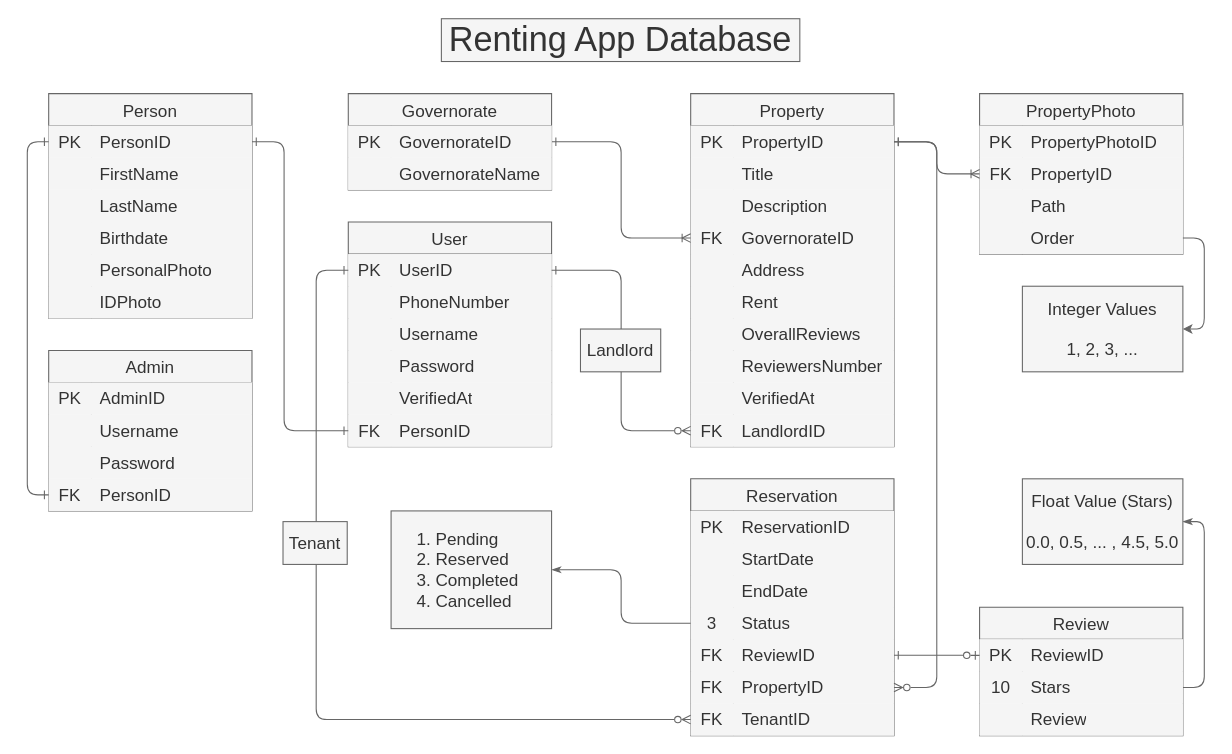
This is database/renting_app_database.drawio from KareemAlHamwi/Renting-App, a draw.io file, before an edit. Source tidied: cells renumbered, new cells numbered last; positions are measured from the earlier drawing's top-left corner, leaving out a move shared by most shapes. Both pictures are drawn from the tidied source at 107%, with x=0, y=0 at pixel (27, 18).
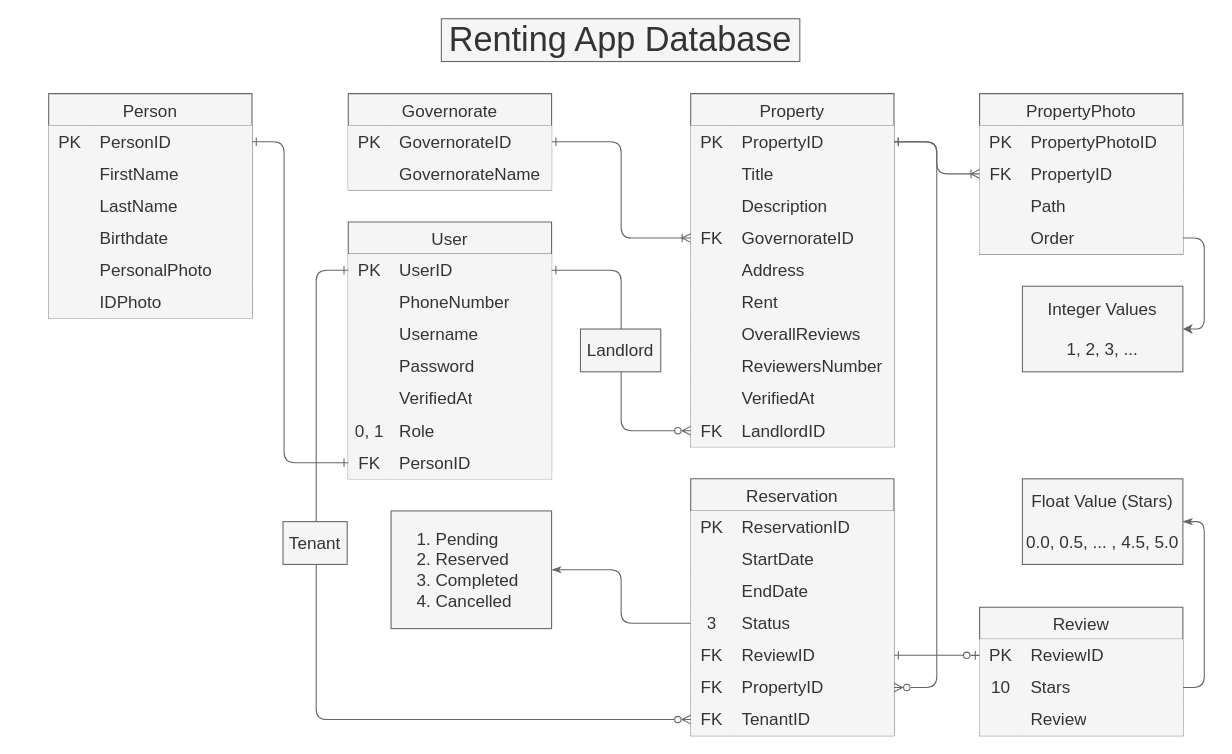
After the change.

Unchanged cells that the change refers to:
```xml
<mxCell id="3" style="shape=tableRow;horizontal=0;startSize=0;swimlaneHead=0;swimlaneBody=0;top=0;left=0;bottom=0;right=0;fillColor=#f5f5f5;points=[[0,0.5],[1,0.5]];portConstraint=eastwest;fontSize=16;shadow=0;strokeColor=#666666;fontColor=light-dark(#333333,#FFFFFF);" parent="2" vertex="1">
  <mxGeometry y="30" width="190" height="30" as="geometry" />
</mxCell>
```

Change to the diagram source:
```diff
@@
     <mxCell id="21" value="User" style="shape=table;startSize=30;childLayout=tableLayout;rowLines=0;fontStyle=0;fontSize=16;shadow=0;fillColor=#f5f5f5;strokeColor=#666666;fontColor=light-dark(#333333,#FFFFFF);" parent="1" vertex="1">
-      <mxGeometry x="300" y="190" width="190" height="210" as="geometry" />
+      <mxGeometry x="300" y="190" width="190" height="240" as="geometry" />
     </mxCell>
@@
+    <mxCell id="153" style="shape=tableRow;horizontal=0;startSize=0;swimlaneHead=0;swimlaneBody=0;top=0;left=0;bottom=0;right=0;fillColor=#f5f5f5;fontSize=16;shadow=0;strokeColor=#666666;fontColor=light-dark(#333333,#FFFFFF);" parent="21" vertex="1">
+      <mxGeometry y="180" width="190" height="30" as="geometry" />
+    </mxCell>
+    <mxCell id="154" value="0, 1" style="shape=partialRectangle;html=1;whiteSpace=wrap;fillColor=#f5f5f5;top=0;left=0;bottom=0;right=0;overflow=hidden;fontSize=16;shadow=0;strokeColor=#666666;fontColor=light-dark(#333333,#FFFFFF);" parent="153" vertex="1">
+      <mxGeometry width="40" height="30" as="geometry" />
+    </mxCell>
+    <mxCell id="155" value="Role" style="shape=partialRectangle;html=1;whiteSpace=wrap;fillColor=#f5f5f5;top=0;left=0;bottom=0;right=0;align=left;spacingLeft=6;overflow=hidden;fontSize=16;shadow=0;strokeColor=#666666;fontColor=light-dark(#333333,#FFFFFF);" parent="153" vertex="1">
+      <mxGeometry x="40" width="150" height="30" as="geometry" />
+    </mxCell>
     <mxCell id="37" style="shape=tableRow;horizontal=0;startSize=0;swimlaneHead=0;swimlaneBody=0;top=0;left=0;bottom=0;right=0;fillColor=#f5f5f5;points=[[0,0.5],[1,0.5]];portConstraint=eastwest;fontSize=16;shadow=0;strokeColor=#666666;fontColor=light-dark(#333333,#FFFFFF);" parent="21" vertex="1">
-      <mxGeometry y="180" width="190" height="30" as="geometry" />
+      <mxGeometry y="210" width="190" height="30" as="geometry" />
     </mxCell>
@@
     <mxCell id="93" style="edgeStyle=orthogonalEdgeStyle;html=1;exitX=1;exitY=0.5;exitDx=0;exitDy=0;entryX=0;entryY=0.5;entryDx=0;entryDy=0;startArrow=ERone;startFill=0;endArrow=ERone;endFill=0;fontSize=16;shadow=0;fillColor=#f5f5f5;fontColor=light-dark(#333333,#FFFFFF);strokeColor=#666666;" parent="1" edge="1" source="3" target="37">
       <mxGeometry relative="1" as="geometry">
         <Array as="points">
           <mxPoint x="240" y="115" />
-          <mxPoint x="240" y="385" />
+          <mxPoint x="240" y="415" />
         </Array>
       </mxGeometry>
     </mxCell>
@@
-    <mxCell id="109" value="Admin" style="shape=table;startSize=30;childLayout=tableLayout;rowLines=0;fontStyle=0;fontSize=16;shadow=0;fillColor=#f5f5f5;strokeColor=#666666;fontColor=light-dark(#333333,#FFFFFF);" parent="1" vertex="1">
-      <mxGeometry x="20" y="310" width="190" height="150" as="geometry" />
-    </mxCell>
-    <mxCell id="110" style="shape=tableRow;horizontal=0;startSize=0;swimlaneHead=0;swimlaneBody=0;top=0;left=0;bottom=0;right=0;fillColor=#f5f5f5;fontSize=16;shadow=0;strokeColor=#666666;fontColor=light-dark(#333333,#FFFFFF);" parent="109" vertex="1">
-      <mxGeometry y="30" width="190" height="30" as="geometry" />
-    </mxCell>
-    <mxCell id="111" value="PK" style="shape=partialRectangle;html=1;whiteSpace=wrap;fillColor=#f5f5f5;top=0;left=0;bottom=0;right=0;overflow=hidden;fontSize=16;shadow=0;strokeColor=#666666;fontColor=light-dark(#333333,#FFFFFF);" parent="110" vertex="1">
-      <mxGeometry width="40" height="30" as="geometry" />
-    </mxCell>
-    <mxCell id="112" value="AdminID" style="shape=partialRectangle;html=1;whiteSpace=wrap;fillColor=#f5f5f5;top=0;left=0;bottom=0;right=0;align=left;spacingLeft=6;overflow=hidden;fontSize=16;shadow=0;strokeColor=#666666;fontColor=light-dark(#333333,#FFFFFF);" parent="110" vertex="1">
-      <mxGeometry x="40" width="150" height="30" as="geometry" />
-    </mxCell>
-    <mxCell id="113" style="shape=tableRow;horizontal=0;startSize=0;swimlaneHead=0;swimlaneBody=0;top=0;left=0;bottom=0;right=0;fillColor=#f5f5f5;fontSize=16;shadow=0;strokeColor=#666666;fontColor=light-dark(#333333,#FFFFFF);" parent="109" vertex="1">
-      <mxGeometry y="60" width="190" height="30" as="geometry" />
-    </mxCell>
-    <mxCell id="114" style="shape=partialRectangle;html=1;whiteSpace=wrap;fillColor=#f5f5f5;top=0;left=0;bottom=0;right=0;overflow=hidden;fontSize=16;shadow=0;strokeColor=#666666;fontColor=light-dark(#333333,#FFFFFF);" parent="113" vertex="1">
-      <mxGeometry width="40" height="30" as="geometry" />
-    </mxCell>
-    <mxCell id="115" value="Username" style="shape=partialRectangle;html=1;whiteSpace=wrap;fillColor=#f5f5f5;top=0;left=0;bottom=0;right=0;align=left;spacingLeft=6;overflow=hidden;fontSize=16;shadow=0;strokeColor=#666666;fontColor=light-dark(#333333,#FFFFFF);" parent="113" vertex="1">
-      <mxGeometry x="40" width="150" height="30" as="geometry" />
-    </mxCell>
-    <mxCell id="116" style="shape=tableRow;horizontal=0;startSize=0;swimlaneHead=0;swimlaneBody=0;top=0;left=0;bottom=0;right=0;fillColor=#f5f5f5;fontSize=16;shadow=0;strokeColor=#666666;fontColor=light-dark(#333333,#FFFFFF);" parent="109" vertex="1">
-      <mxGeometry y="90" width="190" height="30" as="geometry" />
-    </mxCell>
-    <mxCell id="117" style="shape=partialRectangle;html=1;whiteSpace=wrap;fillColor=#f5f5f5;top=0;left=0;bottom=0;right=0;overflow=hidden;fontSize=16;shadow=0;strokeColor=#666666;fontColor=light-dark(#333333,#FFFFFF);" parent="116" vertex="1">
-      <mxGeometry width="40" height="30" as="geometry" />
-    </mxCell>
-    <mxCell id="118" value="Password" style="shape=partialRectangle;html=1;whiteSpace=wrap;fillColor=#f5f5f5;top=0;left=0;bottom=0;right=0;align=left;spacingLeft=6;overflow=hidden;fontSize=16;shadow=0;strokeColor=#666666;fontColor=light-dark(#333333,#FFFFFF);" parent="116" vertex="1">
-      <mxGeometry x="40" width="150" height="30" as="geometry" />
-    </mxCell>
-    <mxCell id="119" style="shape=tableRow;horizontal=0;startSize=0;swimlaneHead=0;swimlaneBody=0;top=0;left=0;bottom=0;right=0;fillColor=#f5f5f5;points=[[0,0.5],[1,0.5]];portConstraint=eastwest;fontSize=16;shadow=0;strokeColor=#666666;fontColor=light-dark(#333333,#FFFFFF);" parent="109" vertex="1">
-      <mxGeometry y="120" width="190" height="30" as="geometry" />
-    </mxCell>
-    <mxCell id="120" value="FK" style="shape=partialRectangle;html=1;whiteSpace=wrap;fillColor=#f5f5f5;top=0;left=0;bottom=0;right=0;overflow=hidden;fontSize=16;shadow=0;strokeColor=#666666;fontColor=light-dark(#333333,#FFFFFF);" parent="119" vertex="1">
-      <mxGeometry width="40" height="30" as="geometry" />
-    </mxCell>
-    <mxCell id="121" value="PersonID" style="shape=partialRectangle;html=1;whiteSpace=wrap;fillColor=#f5f5f5;top=0;left=0;bottom=0;right=0;align=left;spacingLeft=6;overflow=hidden;fontSize=16;shadow=0;strokeColor=#666666;fontColor=light-dark(#333333,#FFFFFF);" parent="119" vertex="1">
-      <mxGeometry x="40" width="150" height="30" as="geometry" />
-    </mxCell>
@@
-    <mxCell id="150" style="edgeStyle=orthogonalEdgeStyle;html=1;exitX=0;exitY=0.5;exitDx=0;exitDy=0;entryX=0;entryY=0.5;entryDx=0;entryDy=0;startArrow=ERone;startFill=0;endArrow=ERone;endFill=0;fillColor=#f5f5f5;fontColor=light-dark(#333333,#FFFFFF);strokeColor=#666666;" parent="1" edge="1" source="3" target="119">
-      <mxGeometry relative="1" as="geometry">
-        <Array as="points">
-          <mxPoint y="115" />
-          <mxPoint y="445" />
-        </Array>
-      </mxGeometry>
-    </mxCell>
```
